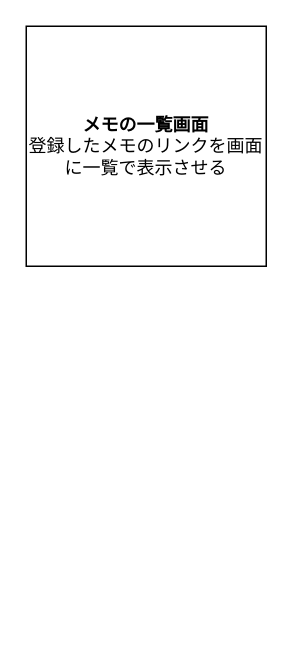
Above: 設計書兼フロー図.drawio in fuzzy-yusuke/memo_mng (draw.io), before the change. Source tidied: cells renumbered, new cells numbered last; positions are measured from the earlier drawing's top-left corner, leaving out a move shared by most shapes. Both pictures are drawn from the tidied source at 150%, with x=0, y=0 at pixel (26, 26).
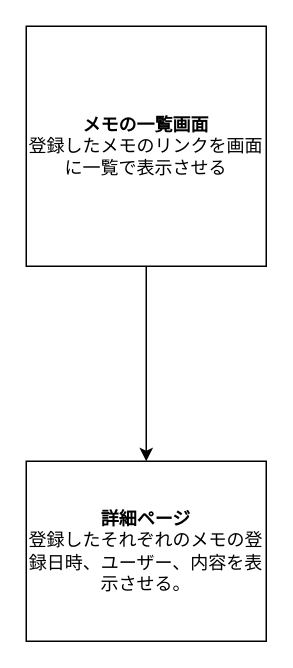
The same diagram, later.

What changed in the source:
```diff
@@
 <mxGraphModel>
   <root>
     <mxCell id="0" />
     <mxCell id="1" parent="0" />
+    <mxCell id="3" style="edgeStyle=orthogonalEdgeStyle;rounded=0;jettySize=auto;html=1;" parent="1" edge="1" source="2" target="4">
+      <mxGeometry relative="1" as="geometry" />
+    </mxCell>
     <mxCell id="2" value="&lt;font style=&quot;font-size: 12px&quot;&gt;&lt;b&gt;メモの一覧画面&lt;/b&gt;&lt;br&gt;登録したメモのリンクを画面に一覧で表示させる&lt;br&gt;&lt;/font&gt;" style="whiteSpace=wrap;html=1;" parent="1" vertex="1">
       <mxGeometry width="160" height="160" as="geometry" />
     </mxCell>
+    <mxCell id="4" value="&lt;b&gt;詳細ページ&lt;/b&gt;&lt;br&gt;登録したそれぞれのメモの登録日時、ユーザー、内容を表示させる。" style="whiteSpace=wrap;html=1;" parent="1" vertex="1">
+      <mxGeometry y="290" width="160" height="120" as="geometry" />
+    </mxCell>
   </root>
 </mxGraphModel>
```
